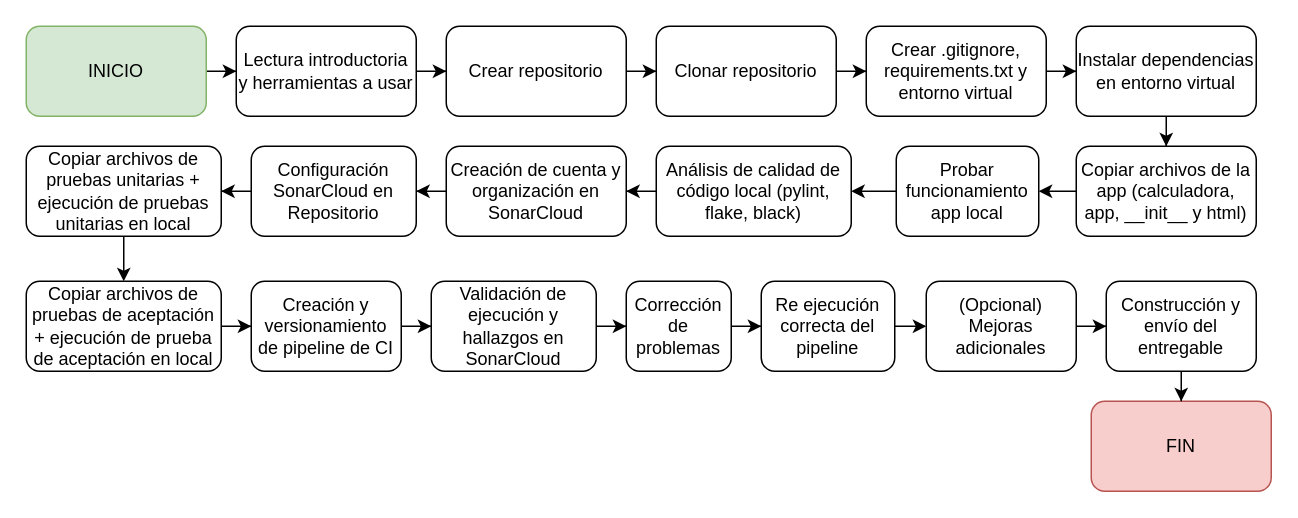
dhoyoso/cicd_course keeps this draw.io diagram as Entregable2.drawio. Above is the earlier version. Source tidied: cells renumbered, new cells numbered last; positions are measured from the earlier drawing's top-left corner, leaving out a move shared by most shapes. Both pictures are drawn from the tidied source at 150%, with x=0, y=0 at pixel (26, 26).
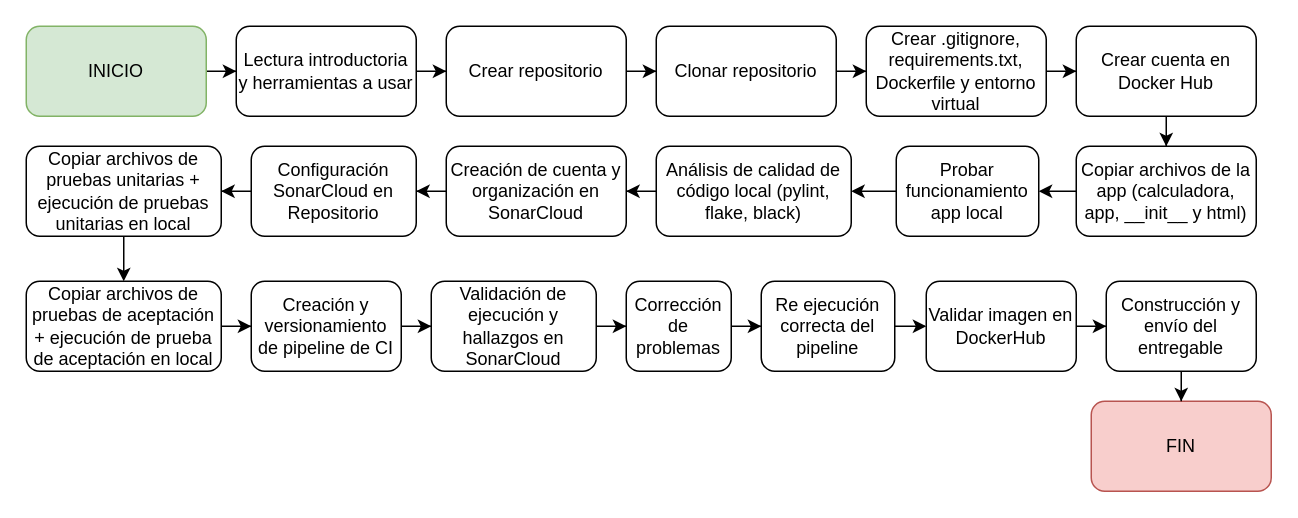
The same page after the edit.

Diff of the diagram source:
```diff
@@
-    <mxCell id="11" value="Instalar dependencias en entorno virtual" style="rounded=1;whiteSpace=wrap;html=1;" parent="1" vertex="1">
+    <mxCell id="11" value="Crear cuenta en Docker Hub" style="rounded=1;whiteSpace=wrap;html=1;" parent="1" vertex="1">
       <mxGeometry x="700" width="120" height="60" as="geometry" />
     </mxCell>
@@
-    <mxCell id="24" value="Crear .gitignore, requirements.txt y entorno virtual" style="rounded=1;whiteSpace=wrap;html=1;" parent="1" vertex="1">
+    <mxCell id="24" value="Crear .gitignore, requirements.txt, Dockerfile y entorno virtual" style="rounded=1;whiteSpace=wrap;html=1;" parent="1" vertex="1">
       <mxGeometry x="560" width="120" height="60" as="geometry" />
     </mxCell>
@@
-    <mxCell id="38" value="(Opcional) Mejoras adicionales" style="rounded=1;whiteSpace=wrap;html=1;" parent="1" vertex="1">
+    <mxCell id="38" value="Validar imagen en DockerHub" style="rounded=1;whiteSpace=wrap;html=1;" parent="1" vertex="1">
       <mxGeometry x="600" y="170" width="100" height="60" as="geometry" />
     </mxCell>
```
